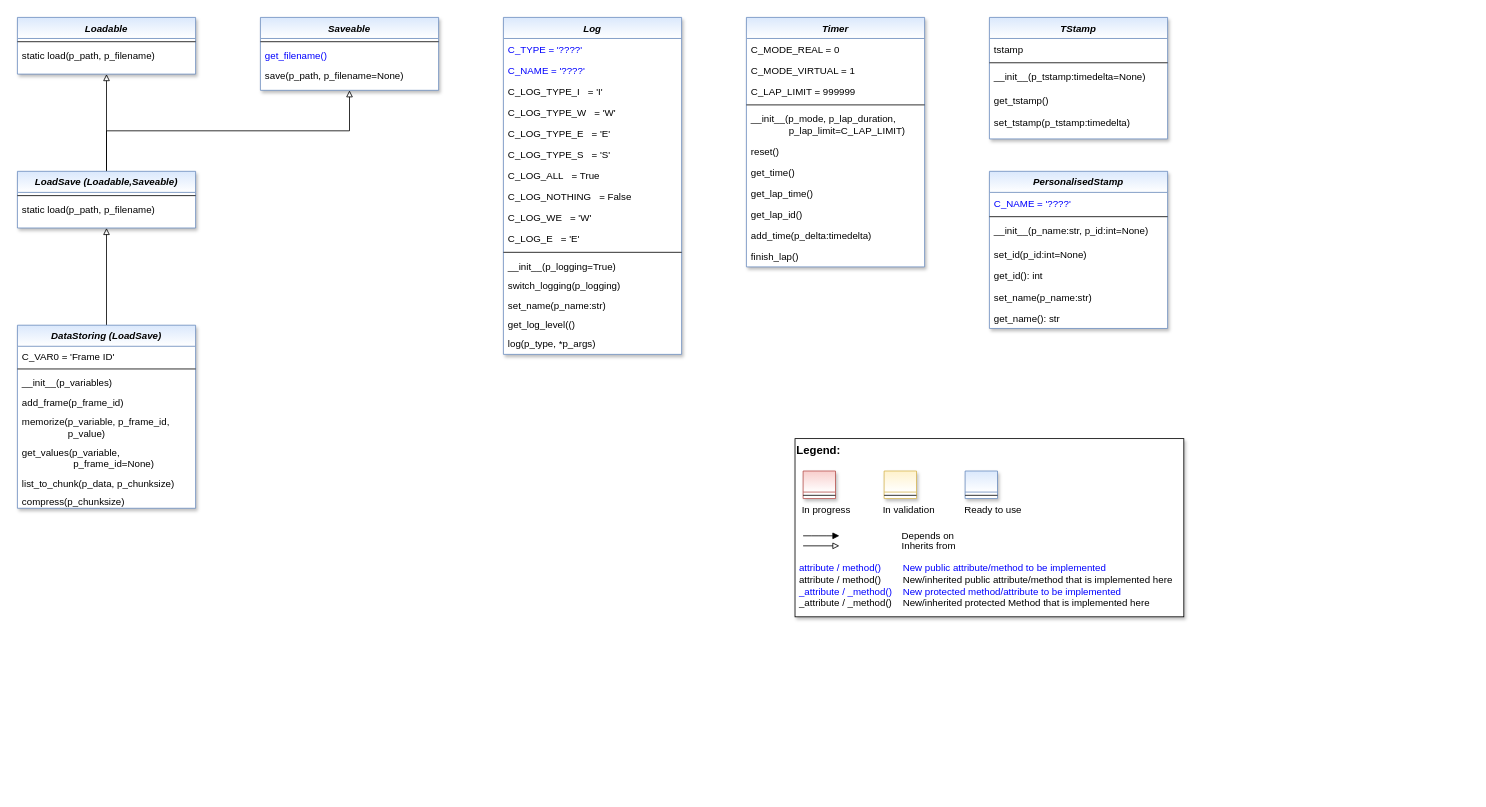
This is doc/rtd/content/04_appendices/appendix2/sub/core/images/bf/MLPro-BF-Various_class_diagram.drawio from fhswf/MLPro, a draw.io file, before an edit. Source tidied: cells renumbered, new cells numbered last; positions are measured from the earlier drawing's top-left corner, leaving out a move shared by most shapes. Both pictures are drawn from the tidied source at 81%, with x=0, y=0 at pixel (17, 17).
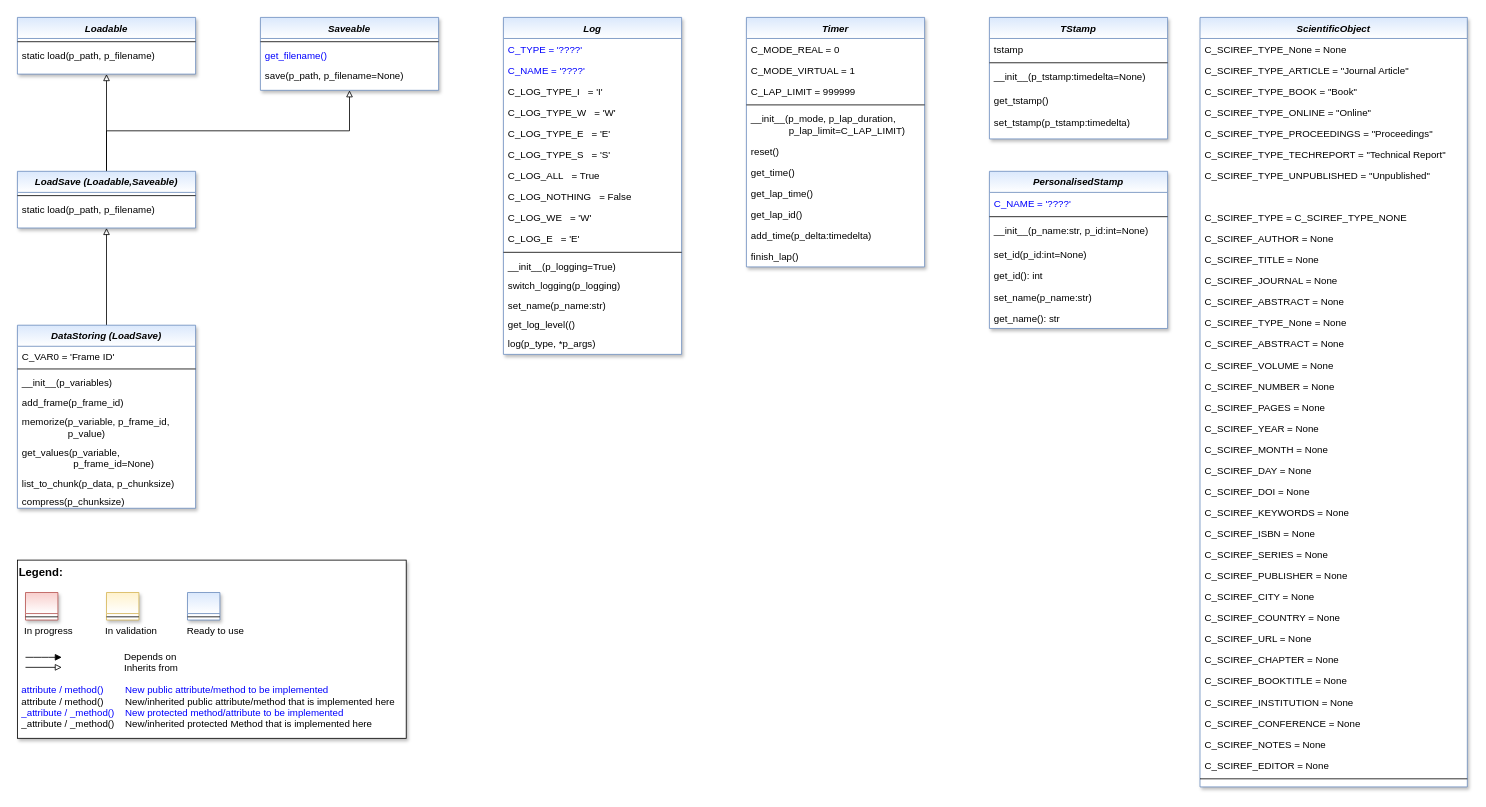
Above is the later version.

Commit message (it also covers changes not shown here):
class diagram: add ScientificObject

The edit, as a diff of the source:
```diff
@@
     <mxCell id="59" style="group;" parent="1" vertex="1">
-      <mxGeometry x="960" y="520" width="480" height="220" as="geometry" />
+      <mxGeometry y="670" width="480" height="220" as="geometry" />
     </mxCell>
@@
+    <mxCell id="77" value="ScientificObject" style="swimlane;fontStyle=3;align=center;verticalAlign=top;horizontal=1;startSize=26;rounded=0;shadow=1;strokeWidth=1;fillColor=#dae8fc;strokeColor=#6c8ebf;gradientColor=#FFFFFF;swimlaneFillColor=#FFFFFF;" parent="1" vertex="1">
+      <mxGeometry x="1460" width="330" height="950" as="geometry" />
+    </mxCell>
+    <mxCell id="78" value="C_SCIREF_TYPE_None = None" style="text;align=left;verticalAlign=top;spacingLeft=4;spacingRight=4;overflow=hidden;fontColor=default;" parent="77" vertex="1">
+      <mxGeometry y="26" width="330" height="26" as="geometry" />
+    </mxCell>
+    <mxCell id="79" value="C_SCIREF_TYPE_ARTICLE = &quot;Journal Article&quot;" style="text;align=left;verticalAlign=top;spacingLeft=4;spacingRight=4;overflow=hidden;fontColor=default;" parent="77" vertex="1">
+      <mxGeometry y="52" width="330" height="26" as="geometry" />
+    </mxCell>
+    <mxCell id="80" value="C_SCIREF_TYPE_BOOK = &quot;Book&quot;" style="text;align=left;verticalAlign=top;spacingLeft=4;spacingRight=4;overflow=hidden;fontColor=default;" parent="77" vertex="1">
+      <mxGeometry y="78" width="330" height="26" as="geometry" />
+    </mxCell>
+    <mxCell id="81" value="C_SCIREF_TYPE_ONLINE = &quot;Online&quot;" style="text;align=left;verticalAlign=top;spacingLeft=4;spacingRight=4;overflow=hidden;fontColor=default;" parent="77" vertex="1">
+      <mxGeometry y="104" width="330" height="26" as="geometry" />
+    </mxCell>
+    <mxCell id="82" value="C_SCIREF_TYPE_PROCEEDINGS = &quot;Proceedings&quot;" style="text;align=left;verticalAlign=top;spacingLeft=4;spacingRight=4;overflow=hidden;fontColor=default;" parent="77" vertex="1">
+      <mxGeometry y="130" width="330" height="26" as="geometry" />
+    </mxCell>
+    <mxCell id="83" value="C_SCIREF_TYPE_TECHREPORT = &quot;Technical Report&quot;" style="text;align=left;verticalAlign=top;spacingLeft=4;spacingRight=4;overflow=hidden;fontColor=default;" parent="77" vertex="1">
+      <mxGeometry y="156" width="330" height="26" as="geometry" />
+    </mxCell>
+    <mxCell id="84" value="C_SCIREF_TYPE_UNPUBLISHED = &quot;Unpublished&quot;" style="text;align=left;verticalAlign=top;spacingLeft=4;spacingRight=4;overflow=hidden;fontColor=default;" parent="77" vertex="1">
+      <mxGeometry y="182" width="330" height="26" as="geometry" />
+    </mxCell>
+    <mxCell id="85" value=" " style="text;align=left;verticalAlign=top;spacingLeft=4;spacingRight=4;overflow=hidden;fontColor=default;" parent="77" vertex="1">
+      <mxGeometry y="208" width="330" height="26" as="geometry" />
+    </mxCell>
+    <mxCell id="86" value="C_SCIREF_TYPE = C_SCIREF_TYPE_NONE" style="text;align=left;verticalAlign=top;spacingLeft=4;spacingRight=4;overflow=hidden;fontColor=default;" parent="77" vertex="1">
+      <mxGeometry y="234" width="330" height="26" as="geometry" />
+    </mxCell>
+    <mxCell id="87" value=" C_SCIREF_AUTHOR = None" style="text;align=left;verticalAlign=top;spacingLeft=4;spacingRight=4;overflow=hidden;fontColor=default;" parent="77" vertex="1">
+      <mxGeometry y="260" width="330" height="26" as="geometry" />
+    </mxCell>
+    <mxCell id="88" value="C_SCIREF_TITLE = None" style="text;align=left;verticalAlign=top;spacingLeft=4;spacingRight=4;overflow=hidden;fontColor=default;" parent="77" vertex="1">
+      <mxGeometry y="286" width="330" height="26" as="geometry" />
+    </mxCell>
+    <mxCell id="89" value="C_SCIREF_JOURNAL = None" style="text;align=left;verticalAlign=top;spacingLeft=4;spacingRight=4;overflow=hidden;fontColor=default;" parent="77" vertex="1">
+      <mxGeometry y="312" width="330" height="26" as="geometry" />
+    </mxCell>
+    <mxCell id="90" value="C_SCIREF_ABSTRACT = None" style="text;align=left;verticalAlign=top;spacingLeft=4;spacingRight=4;overflow=hidden;fontColor=default;" parent="77" vertex="1">
+      <mxGeometry y="338" width="330" height="26" as="geometry" />
+    </mxCell>
+    <mxCell id="91" value="C_SCIREF_TYPE_None = None" style="text;align=left;verticalAlign=top;spacingLeft=4;spacingRight=4;overflow=hidden;fontColor=default;" parent="77" vertex="1">
+      <mxGeometry y="364" width="330" height="26" as="geometry" />
+    </mxCell>
+    <mxCell id="92" value="C_SCIREF_ABSTRACT = None" style="text;align=left;verticalAlign=top;spacingLeft=4;spacingRight=4;overflow=hidden;fontColor=default;" parent="77" vertex="1">
+      <mxGeometry y="390" width="330" height="26" as="geometry" />
+    </mxCell>
+    <mxCell id="93" value="C_SCIREF_VOLUME = None" style="text;align=left;verticalAlign=top;spacingLeft=4;spacingRight=4;overflow=hidden;fontColor=default;" parent="77" vertex="1">
+      <mxGeometry y="416" width="330" height="26" as="geometry" />
+    </mxCell>
+    <mxCell id="94" value="C_SCIREF_NUMBER = None" style="text;align=left;verticalAlign=top;spacingLeft=4;spacingRight=4;overflow=hidden;fontColor=default;" parent="77" vertex="1">
+      <mxGeometry y="442" width="330" height="26" as="geometry" />
+    </mxCell>
+    <mxCell id="95" value="C_SCIREF_PAGES = None" style="text;align=left;verticalAlign=top;spacingLeft=4;spacingRight=4;overflow=hidden;fontColor=default;" parent="77" vertex="1">
+      <mxGeometry y="468" width="330" height="26" as="geometry" />
+    </mxCell>
+    <mxCell id="96" value="C_SCIREF_YEAR = None" style="text;align=left;verticalAlign=top;spacingLeft=4;spacingRight=4;overflow=hidden;fontColor=default;" parent="77" vertex="1">
+      <mxGeometry y="494" width="330" height="26" as="geometry" />
+    </mxCell>
+    <mxCell id="97" value="C_SCIREF_MONTH = None" style="text;align=left;verticalAlign=top;spacingLeft=4;spacingRight=4;overflow=hidden;fontColor=default;" parent="77" vertex="1">
+      <mxGeometry y="520" width="330" height="26" as="geometry" />
+    </mxCell>
+    <mxCell id="98" value="C_SCIREF_DAY = None" style="text;align=left;verticalAlign=top;spacingLeft=4;spacingRight=4;overflow=hidden;fontColor=default;" parent="77" vertex="1">
+      <mxGeometry y="546" width="330" height="26" as="geometry" />
+    </mxCell>
+    <mxCell id="99" value="C_SCIREF_DOI = None" style="text;align=left;verticalAlign=top;spacingLeft=4;spacingRight=4;overflow=hidden;fontColor=default;" parent="77" vertex="1">
+      <mxGeometry y="572" width="330" height="26" as="geometry" />
+    </mxCell>
+    <mxCell id="100" value="C_SCIREF_KEYWORDS = None" style="text;align=left;verticalAlign=top;spacingLeft=4;spacingRight=4;overflow=hidden;fontColor=default;" parent="77" vertex="1">
+      <mxGeometry y="598" width="330" height="26" as="geometry" />
+    </mxCell>
+    <mxCell id="101" value="C_SCIREF_ISBN = None" style="text;align=left;verticalAlign=top;spacingLeft=4;spacingRight=4;overflow=hidden;fontColor=default;" parent="77" vertex="1">
+      <mxGeometry y="624" width="330" height="26" as="geometry" />
+    </mxCell>
+    <mxCell id="102" value="C_SCIREF_SERIES = None" style="text;align=left;verticalAlign=top;spacingLeft=4;spacingRight=4;overflow=hidden;fontColor=default;" parent="77" vertex="1">
+      <mxGeometry y="650" width="330" height="26" as="geometry" />
+    </mxCell>
+    <mxCell id="103" value="C_SCIREF_PUBLISHER = None" style="text;align=left;verticalAlign=top;spacingLeft=4;spacingRight=4;overflow=hidden;fontColor=default;" parent="77" vertex="1">
+      <mxGeometry y="676" width="330" height="26" as="geometry" />
+    </mxCell>
+    <mxCell id="104" value="C_SCIREF_CITY = None" style="text;align=left;verticalAlign=top;spacingLeft=4;spacingRight=4;overflow=hidden;fontColor=default;" parent="77" vertex="1">
+      <mxGeometry y="702" width="330" height="26" as="geometry" />
+    </mxCell>
+    <mxCell id="105" value="C_SCIREF_COUNTRY = None" style="text;align=left;verticalAlign=top;spacingLeft=4;spacingRight=4;overflow=hidden;fontColor=default;" parent="77" vertex="1">
+      <mxGeometry y="728" width="330" height="26" as="geometry" />
+    </mxCell>
+    <mxCell id="106" value="C_SCIREF_URL = None" style="text;align=left;verticalAlign=top;spacingLeft=4;spacingRight=4;overflow=hidden;fontColor=default;" parent="77" vertex="1">
+      <mxGeometry y="754" width="330" height="26" as="geometry" />
+    </mxCell>
+    <mxCell id="107" value=" C_SCIREF_CHAPTER = None" style="text;align=left;verticalAlign=top;spacingLeft=4;spacingRight=4;overflow=hidden;fontColor=default;" parent="77" vertex="1">
+      <mxGeometry y="780" width="330" height="26" as="geometry" />
+    </mxCell>
+    <mxCell id="108" value="C_SCIREF_BOOKTITLE = None" style="text;align=left;verticalAlign=top;spacingLeft=4;spacingRight=4;overflow=hidden;fontColor=default;" parent="77" vertex="1">
+      <mxGeometry y="806" width="330" height="26" as="geometry" />
+    </mxCell>
+    <mxCell id="109" value="C_SCIREF_INSTITUTION = None" style="text;align=left;verticalAlign=top;spacingLeft=4;spacingRight=4;overflow=hidden;fontColor=default;" parent="77" vertex="1">
+      <mxGeometry y="832" width="330" height="26" as="geometry" />
+    </mxCell>
+    <mxCell id="110" value="C_SCIREF_CONFERENCE = None" style="text;align=left;verticalAlign=top;spacingLeft=4;spacingRight=4;overflow=hidden;fontColor=default;" parent="77" vertex="1">
+      <mxGeometry y="858" width="330" height="26" as="geometry" />
+    </mxCell>
+    <mxCell id="111" value="C_SCIREF_NOTES = None" style="text;align=left;verticalAlign=top;spacingLeft=4;spacingRight=4;overflow=hidden;fontColor=default;" parent="77" vertex="1">
+      <mxGeometry y="884" width="330" height="26" as="geometry" />
+    </mxCell>
+    <mxCell id="112" value="C_SCIREF_EDITOR = None" style="text;align=left;verticalAlign=top;spacingLeft=4;spacingRight=4;overflow=hidden;fontColor=default;" parent="77" vertex="1">
+      <mxGeometry y="910" width="330" height="26" as="geometry" />
+    </mxCell>
+    <mxCell id="113" style="line;html=1;strokeWidth=1;align=left;verticalAlign=middle;spacingTop=-1;spacingLeft=3;spacingRight=3;labelPosition=right;" parent="77" vertex="1">
+      <mxGeometry y="936" width="330" height="8" as="geometry" />
+    </mxCell>
```
